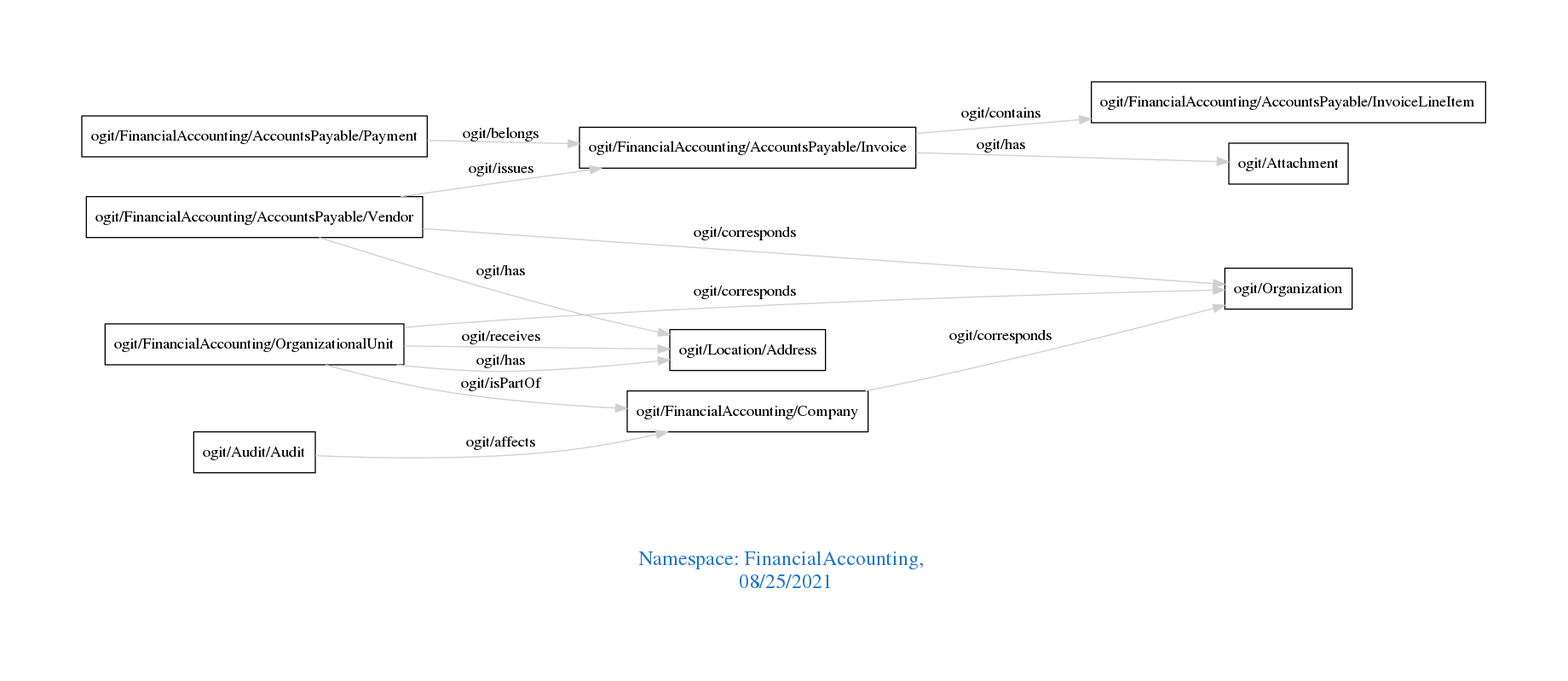
Above: downloads/FinancialAccounting.png in arago/OGIT (Graphviz), before the change. Its source is kept beside it as downloads/FinancialAccounting.dot. Its diagram source:
```dot
digraph OGIT_ontology {
 graph [ rankdir= LR,pad=1
fontsize = 18,
fontcolor= dodgerblue3,label = "\n\n\nNamespace: FinancialAccounting, \n 08/25/2021"];
node[shape=polygon];
edge [  color="gray81"];

   "ogit/FinancialAccounting/AccountsPayable/Invoice" -> "ogit/FinancialAccounting/AccountsPayable/InvoiceLineItem" [label="   ogit/contains    "];
   "ogit/FinancialAccounting/AccountsPayable/Vendor" -> "ogit/Organization" [label="   ogit/corresponds    "];
   "ogit/FinancialAccounting/Company" -> "ogit/Organization" [label="   ogit/corresponds    "];
   "ogit/FinancialAccounting/OrganizationalUnit" -> "ogit/Organization" [label="   ogit/corresponds    "];
   "ogit/FinancialAccounting/AccountsPayable/Vendor" -> "ogit/FinancialAccounting/AccountsPayable/Invoice" [label="   ogit/issues    "];
   "ogit/Audit/Audit" -> "ogit/FinancialAccounting/Company" [label="   ogit/affects    "];
   "ogit/FinancialAccounting/AccountsPayable/Payment" -> "ogit/FinancialAccounting/AccountsPayable/Invoice" [label="   ogit/belongs    "];
   "ogit/FinancialAccounting/OrganizationalUnit" -> "ogit/Location/Address" [label="   ogit/receives    "];
   "ogit/FinancialAccounting/AccountsPayable/Invoice" -> "ogit/Attachment" [label="   ogit/has    "];
   "ogit/FinancialAccounting/AccountsPayable/Vendor" -> "ogit/Location/Address" [label="   ogit/has    "];
   "ogit/FinancialAccounting/OrganizationalUnit" -> "ogit/Location/Address" [label="   ogit/has    "];
   "ogit/FinancialAccounting/OrganizationalUnit" -> "ogit/FinancialAccounting/Company" [label="   ogit/isPartOf    "];
}
```
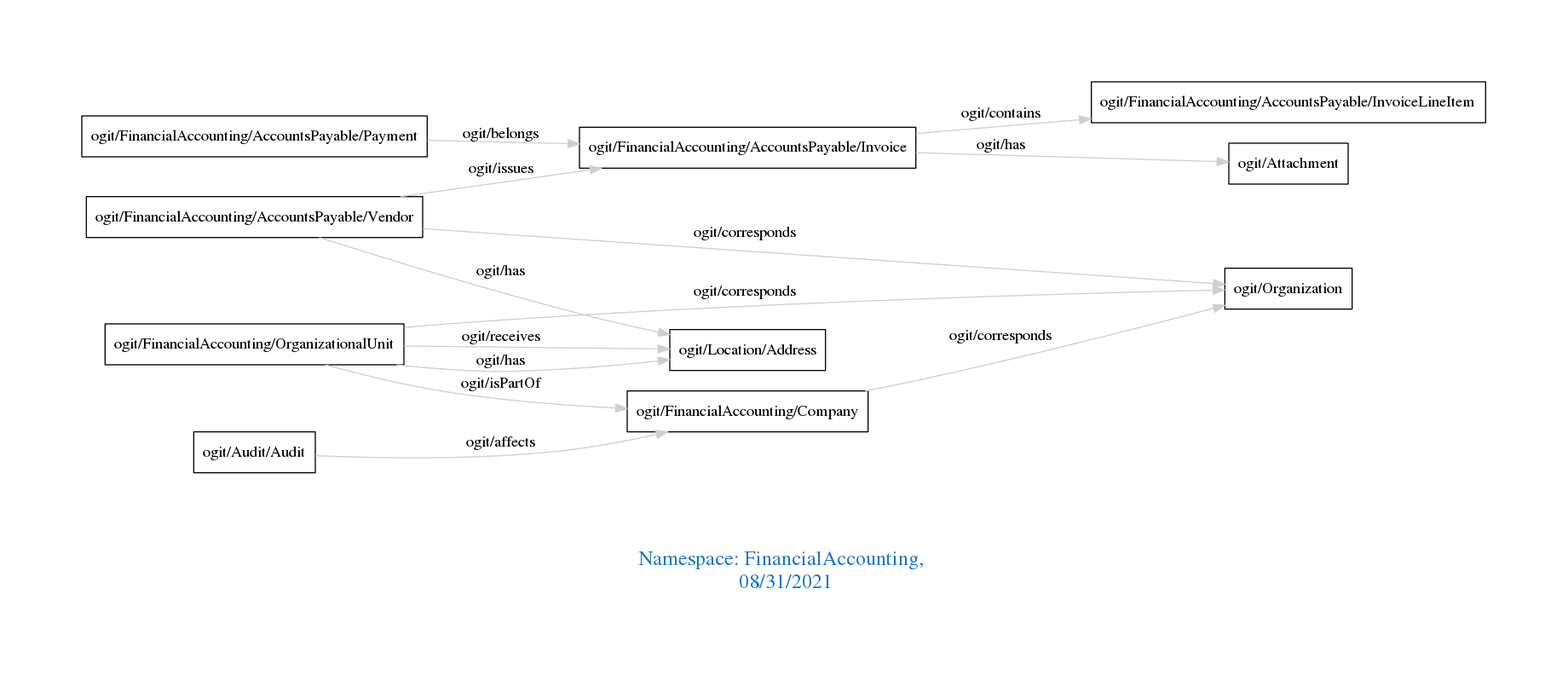
Later version of the same file.

What changed in the source:
```diff
@@ -1,7 +1,7 @@
 digraph OGIT_ontology {
  graph [ rankdir= LR,pad=1
 fontsize = 18,
-fontcolor= dodgerblue3,label = "\n\n\nNamespace: FinancialAccounting, \n 08/25/2021"];
+fontcolor= dodgerblue3,label = "\n\n\nNamespace: FinancialAccounting, \n 08/31/2021"];
 node[shape=polygon];
 edge [  color="gray81"];
 
```
